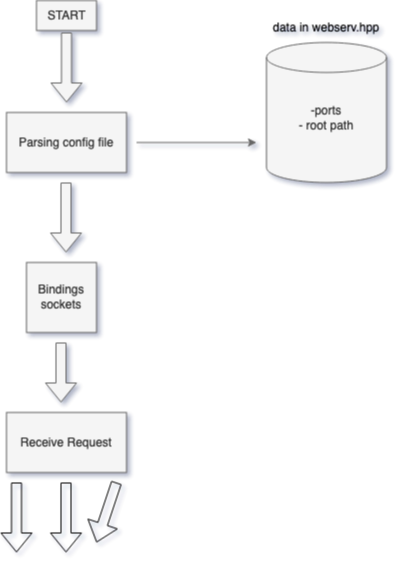
This is Diagram Webserv.drawio.png from es4nchez/webserv, a draw.io export, as it was before one commit. Source tidied: cells renumbered, new cells last; positions are measured from the earlier drawing's top-left corner, leaving out a move shared by most shapes.
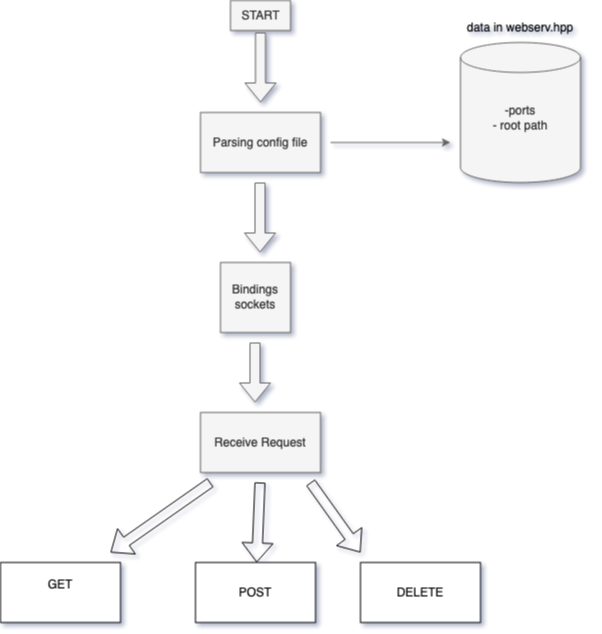
Later version of the same file.

Commit message:
Mettre à jour Diagram Webserv.drawio.png

Change to the diagram source:
```diff
@@ -47,20 +47,28 @@
     <mxCell id="12" style="shape=flexArrow;endArrow=classic;html=1;rounded=0;" parent="1" edge="1">
       <mxGeometry relative="1" as="geometry">
         <mxPoint x="10" y="482" as="sourcePoint" />
-        <mxPoint x="10" y="552" as="targetPoint" />
+        <mxPoint x="-90" y="552" as="targetPoint" />
       </mxGeometry>
     </mxCell>
-    <mxCell id="13" style="shape=flexArrow;endArrow=classic;html=1;rounded=0;" parent="1" edge="1">
+    <mxCell id="13" style="shape=flexArrow;endArrow=classic;html=1;rounded=0;" parent="1" edge="1" target="15">
       <mxGeometry relative="1" as="geometry">
         <mxPoint x="59.5" y="482" as="sourcePoint" />
-        <mxPoint x="59.5" y="552" as="targetPoint" />
       </mxGeometry>
     </mxCell>
     <mxCell id="14" style="shape=flexArrow;endArrow=classic;html=1;rounded=0;" parent="1" edge="1">
       <mxGeometry relative="1" as="geometry">
         <mxPoint x="110" y="482" as="sourcePoint" />
-        <mxPoint x="90" y="542" as="targetPoint" />
+        <mxPoint x="160" y="552" as="targetPoint" />
       </mxGeometry>
     </mxCell>
+    <mxCell id="15" value="&lt;div&gt;POST&lt;/div&gt;" style="rounded=0;whiteSpace=wrap;html=1;" parent="1" vertex="1">
+      <mxGeometry x="-5" y="562" width="120" height="60" as="geometry" />
+    </mxCell>
+    <mxCell id="16" value="&lt;div&gt;GET&lt;/div&gt;&lt;div&gt;&lt;br&gt;&lt;/div&gt;" style="rounded=0;whiteSpace=wrap;html=1;" parent="1" vertex="1">
+      <mxGeometry x="-200" y="562" width="120" height="60" as="geometry" />
+    </mxCell>
+    <mxCell id="17" value="DELETE" style="rounded=0;whiteSpace=wrap;html=1;" parent="1" vertex="1">
+      <mxGeometry x="160" y="562" width="120" height="60" as="geometry" />
+    </mxCell>
   </root>
 </mxGraphModel>
```
